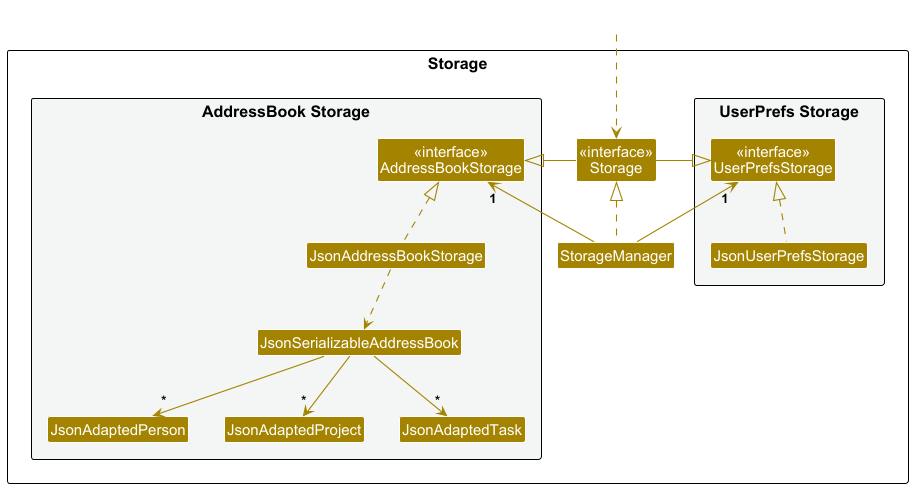
Earlier version of the PlantUML export docs/images/StorageClassDiagram.png (jiaqixu1/tp).
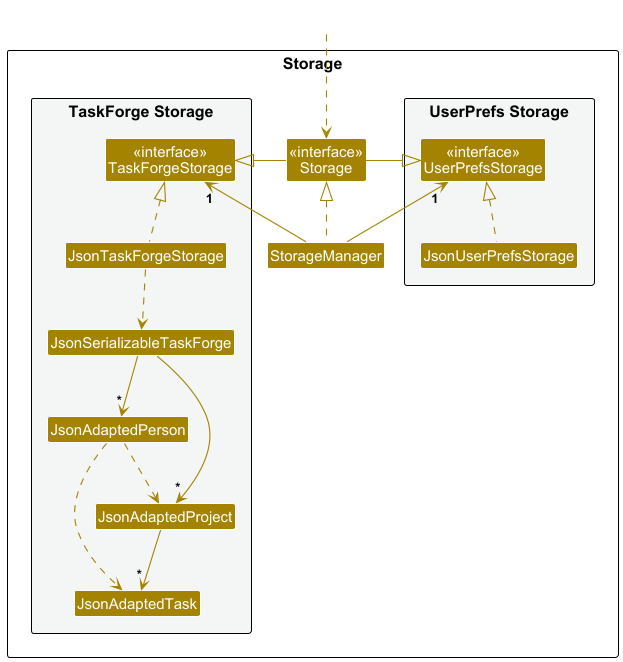
The same file after the commit.

Change to the diagram source:
```diff
@@ -16,10 +16,10 @@
 Class "<<interface>>\nStorage" as Storage
 Class StorageManager
 
-package "AddressBook Storage" #F4F6F6 {
-Class "<<interface>>\nAddressBookStorage" as AddressBookStorage
-Class JsonAddressBookStorage
-Class JsonSerializableAddressBook
+package "TaskForge Storage" #F4F6F6 {
+Class "<<interface>>\nTaskForgeStorage" as TaskForgeStorage
+Class JsonTaskForgeStorage
+Class JsonSerializableTaskForge
 Class JsonAdaptedPerson
 Class JsonAdaptedProject
 Class JsonAdaptedTask
@@ -32,17 +32,19 @@
 
 StorageManager .up.|> Storage
 StorageManager -up-> "1" UserPrefsStorage
-StorageManager -up-> "1" AddressBookStorage
+StorageManager -up-> "1" TaskForgeStorage
 
 Storage -left-|> UserPrefsStorage
-Storage -right-|> AddressBookStorage
+Storage -right-|> TaskForgeStorage
 
 JsonUserPrefsStorage .up.|> UserPrefsStorage
-JsonAddressBookStorage .up.|> AddressBookStorage
-JsonAddressBookStorage ..> JsonSerializableAddressBook
+JsonTaskForgeStorage .up.|> TaskForgeStorage
+JsonTaskForgeStorage ..> JsonSerializableTaskForge
 
-JsonSerializableAddressBook --> "*" JsonAdaptedPerson
-JsonSerializableAddressBook --> "*" JsonAdaptedProject
-JsonSerializableAddressBook --> "*" JsonAdaptedTask
+JsonSerializableTaskForge --> "*" JsonAdaptedPerson
+JsonSerializableTaskForge --> "*" JsonAdaptedProject
+JsonAdaptedProject --> "*" JsonAdaptedTask
+JsonAdaptedPerson ..> JsonAdaptedProject
+JsonAdaptedPerson ..> JsonAdaptedTask
 
 @enduml
```
